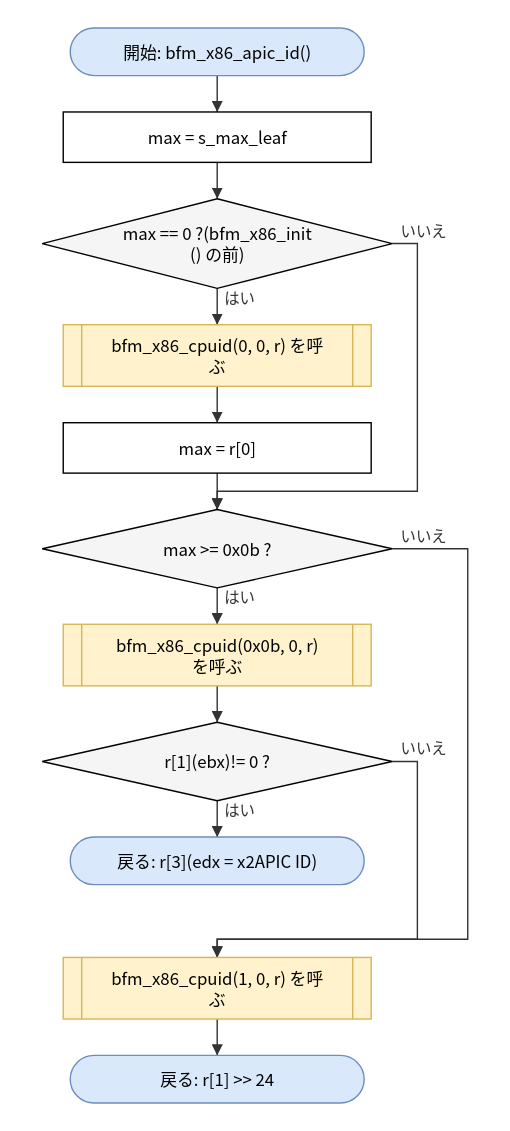
hf355051012-ai/bfmem keeps this draw.io diagram as doc/spec/images/flow_port_x86_bfm_x86-bfm_x86_apic_id.drawio.svg. Above is the earlier version. Source tidied: cells renumbered, new cells last; positions are measured from the earlier drawing's top-left corner, leaving out a move shared by most shapes. The source it was exported from:
```xml
<mxGraphModel>
  <root>
    <mxCell id="0" />
    <mxCell id="1" parent="0" />
    <mxCell id="2" value="開始: bfm_x86_apic_id()" style="rounded=1;arcSize=50;whiteSpace=wrap;html=1;fillColor=#dae8fc;strokeColor=#6c8ebf;" parent="1" vertex="1">
      <mxGeometry x="20" width="210" height="34" as="geometry" />
    </mxCell>
    <mxCell id="3" value="max = s_max_leaf" style="rounded=0;whiteSpace=wrap;html=1;" parent="1" vertex="1">
      <mxGeometry x="15" y="60" width="220" height="36" as="geometry" />
    </mxCell>
    <mxCell id="4" value="max == 0 ?(bfm_x86_init&lt;br&gt;() の前)" style="rhombus;whiteSpace=wrap;html=1;fillColor=#f5f5f5;" parent="1" vertex="1">
      <mxGeometry y="122" width="250" height="64" as="geometry" />
    </mxCell>
    <mxCell id="5" value="bfm_x86_cpuid(0, 0, r) を呼&lt;br&gt;ぶ" style="shape=process;whiteSpace=wrap;html=1;backgroundOutline=1;size=0.06;fillColor=#fff2cc;strokeColor=#d6b656;" parent="1" vertex="1">
      <mxGeometry x="15" y="212" width="220" height="44" as="geometry" />
    </mxCell>
    <mxCell id="6" value="max = r[0]" style="rounded=0;whiteSpace=wrap;html=1;" parent="1" vertex="1">
      <mxGeometry x="15" y="282" width="220" height="36" as="geometry" />
    </mxCell>
    <mxCell id="7" value="max &amp;gt;= 0x0b ?" style="rhombus;whiteSpace=wrap;html=1;fillColor=#f5f5f5;" parent="1" vertex="1">
      <mxGeometry y="344" width="250" height="56" as="geometry" />
    </mxCell>
    <mxCell id="8" value="bfm_x86_cpuid(0x0b, 0, r)&lt;br&gt;を呼ぶ" style="shape=process;whiteSpace=wrap;html=1;backgroundOutline=1;size=0.06;fillColor=#fff2cc;strokeColor=#d6b656;" parent="1" vertex="1">
      <mxGeometry x="15" y="426" width="220" height="44" as="geometry" />
    </mxCell>
    <mxCell id="9" value="r[1](ebx)!= 0 ?" style="rhombus;whiteSpace=wrap;html=1;fillColor=#f5f5f5;" parent="1" vertex="1">
      <mxGeometry y="496" width="250" height="56" as="geometry" />
    </mxCell>
    <mxCell id="10" value="戻る: r[3](edx = x2APIC ID)" style="rounded=1;arcSize=50;whiteSpace=wrap;html=1;fillColor=#dae8fc;strokeColor=#6c8ebf;" parent="1" vertex="1">
      <mxGeometry x="20" y="578" width="210" height="34" as="geometry" />
    </mxCell>
    <mxCell id="11" value="bfm_x86_cpuid(1, 0, r) を呼&lt;br&gt;ぶ" style="shape=process;whiteSpace=wrap;html=1;backgroundOutline=1;size=0.06;fillColor=#fff2cc;strokeColor=#d6b656;" parent="1" vertex="1">
      <mxGeometry x="15" y="664" width="220" height="44" as="geometry" />
    </mxCell>
    <mxCell id="12" value="戻る: r[1] &amp;gt;&amp;gt; 24" style="rounded=1;arcSize=50;whiteSpace=wrap;html=1;fillColor=#dae8fc;strokeColor=#6c8ebf;" parent="1" vertex="1">
      <mxGeometry x="20" y="734" width="210" height="34" as="geometry" />
    </mxCell>
    <mxCell id="13" style="edgeStyle=none;html=1;rounded=0;endArrow=block;endFill=1;exitX=0.5000;exitY=1.0000;exitDx=0;exitDy=0;exitPerimeter=0;entryX=0.5000;entryY=0.0000;entryDx=0;entryDy=0;entryPerimeter=0;" parent="1" edge="1" source="2" target="3">
      <mxGeometry relative="1" as="geometry" />
    </mxCell>
    <mxCell id="14" style="edgeStyle=none;html=1;rounded=0;endArrow=block;endFill=1;exitX=0.5000;exitY=1.0000;exitDx=0;exitDy=0;exitPerimeter=0;entryX=0.5000;entryY=0.0000;entryDx=0;entryDy=0;entryPerimeter=0;" parent="1" edge="1" source="3" target="4">
      <mxGeometry relative="1" as="geometry" />
    </mxCell>
    <mxCell id="15" value="はい" style="edgeStyle=none;html=1;rounded=0;endArrow=block;endFill=1;exitX=0.5000;exitY=1.0000;exitDx=0;exitDy=0;exitPerimeter=0;entryX=0.5000;entryY=0.0000;entryDx=0;entryDy=0;entryPerimeter=0;" parent="1" edge="1" source="4" target="5">
      <mxGeometry relative="1" as="geometry" />
    </mxCell>
    <mxCell id="16" style="edgeStyle=none;html=1;rounded=0;endArrow=block;endFill=1;exitX=0.5000;exitY=1.0000;exitDx=0;exitDy=0;exitPerimeter=0;entryX=0.5000;entryY=0.0000;entryDx=0;entryDy=0;entryPerimeter=0;" parent="1" edge="1" source="5" target="6">
      <mxGeometry relative="1" as="geometry" />
    </mxCell>
    <mxCell id="17" style="edgeStyle=none;html=1;rounded=0;endArrow=block;endFill=1;exitX=0.5000;exitY=1.0000;exitDx=0;exitDy=0;exitPerimeter=0;entryX=0.5000;entryY=0.0000;entryDx=0;entryDy=0;entryPerimeter=0;" parent="1" edge="1" source="6" target="7">
      <mxGeometry relative="1" as="geometry" />
    </mxCell>
    <mxCell id="18" value="いいえ" style="edgeStyle=none;html=1;rounded=0;endArrow=block;endFill=1;exitX=1.0000;exitY=0.5000;exitDx=0;exitDy=0;exitPerimeter=0;entryX=0.5000;entryY=0.0000;entryDx=0;entryDy=0;entryPerimeter=0;" parent="1" edge="1" source="4" target="7">
      <mxGeometry relative="1" as="geometry">
        <Array as="points">
          <mxPoint x="268" y="154" />
          <mxPoint x="268" y="331" />
          <mxPoint x="125" y="331" />
        </Array>
      </mxGeometry>
    </mxCell>
    <mxCell id="19" value="はい" style="edgeStyle=none;html=1;rounded=0;endArrow=block;endFill=1;exitX=0.5000;exitY=1.0000;exitDx=0;exitDy=0;exitPerimeter=0;entryX=0.5000;entryY=0.0000;entryDx=0;entryDy=0;entryPerimeter=0;" parent="1" edge="1" source="7" target="8">
      <mxGeometry relative="1" as="geometry" />
    </mxCell>
    <mxCell id="20" style="edgeStyle=none;html=1;rounded=0;endArrow=block;endFill=1;exitX=0.5000;exitY=1.0000;exitDx=0;exitDy=0;exitPerimeter=0;entryX=0.5000;entryY=0.0000;entryDx=0;entryDy=0;entryPerimeter=0;" parent="1" edge="1" source="8" target="9">
      <mxGeometry relative="1" as="geometry" />
    </mxCell>
    <mxCell id="21" value="はい" style="edgeStyle=none;html=1;rounded=0;endArrow=block;endFill=1;exitX=0.5000;exitY=1.0000;exitDx=0;exitDy=0;exitPerimeter=0;entryX=0.5000;entryY=0.0000;entryDx=0;entryDy=0;entryPerimeter=0;" parent="1" edge="1" source="9" target="10">
      <mxGeometry relative="1" as="geometry" />
    </mxCell>
    <mxCell id="22" value="いいえ" style="edgeStyle=none;html=1;rounded=0;endArrow=block;endFill=1;exitX=1.0000;exitY=0.5000;exitDx=0;exitDy=0;exitPerimeter=0;entryX=0.5000;entryY=0.0000;entryDx=0;entryDy=0;entryPerimeter=0;" parent="1" edge="1" source="9" target="11">
      <mxGeometry relative="1" as="geometry">
        <Array as="points">
          <mxPoint x="268" y="524" />
          <mxPoint x="268" y="651" />
          <mxPoint x="125" y="651" />
        </Array>
      </mxGeometry>
    </mxCell>
    <mxCell id="23" value="いいえ" style="edgeStyle=none;html=1;rounded=0;endArrow=block;endFill=1;exitX=1.0000;exitY=0.5000;exitDx=0;exitDy=0;exitPerimeter=0;entryX=0.5000;entryY=0.0000;entryDx=0;entryDy=0;entryPerimeter=0;" parent="1" edge="1" source="7" target="11">
      <mxGeometry relative="1" as="geometry">
        <Array as="points">
          <mxPoint x="304" y="372" />
          <mxPoint x="304" y="651" />
          <mxPoint x="125" y="651" />
        </Array>
      </mxGeometry>
    </mxCell>
    <mxCell id="24" style="edgeStyle=none;html=1;rounded=0;endArrow=block;endFill=1;exitX=0.5000;exitY=1.0000;exitDx=0;exitDy=0;exitPerimeter=0;entryX=0.5000;entryY=0.0000;entryDx=0;entryDy=0;entryPerimeter=0;" parent="1" edge="1" source="11" target="12">
      <mxGeometry relative="1" as="geometry" />
    </mxCell>
  </root>
</mxGraphModel>
```
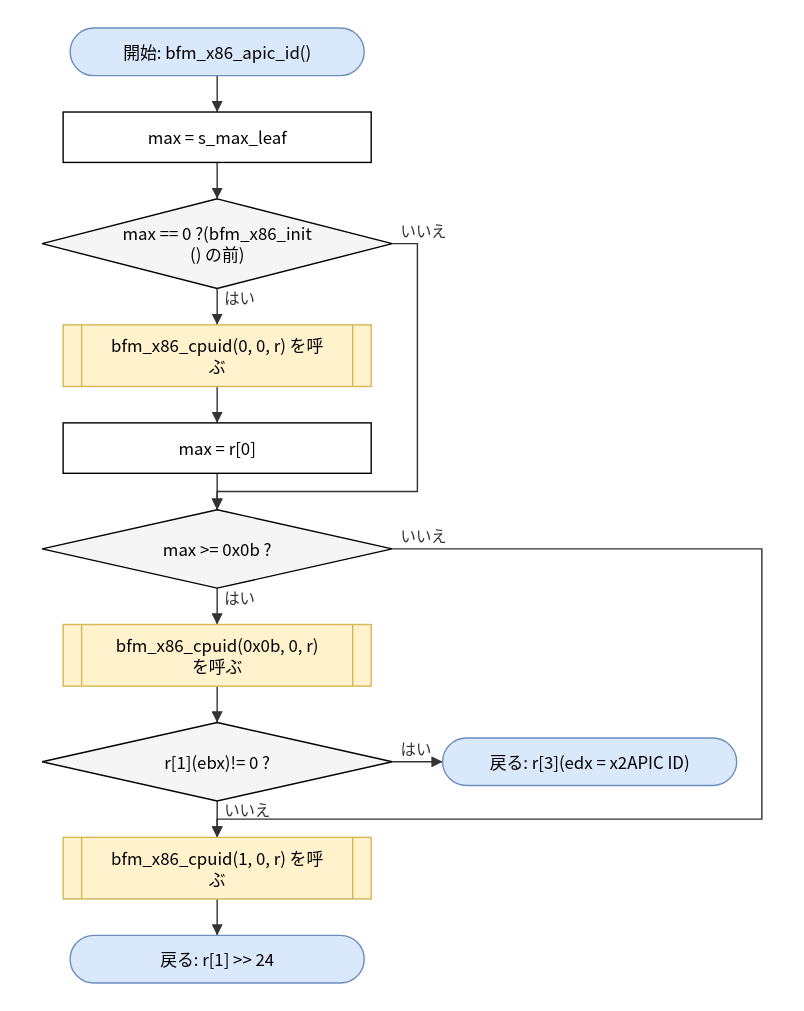
The same diagram one commit later.

The edit, as a diff of the source:
```diff
@@ -27,13 +27,13 @@
       <mxGeometry y="496" width="250" height="56" as="geometry" />
     </mxCell>
     <mxCell id="10" value="戻る: r[3](edx = x2APIC ID)" style="rounded=1;arcSize=50;whiteSpace=wrap;html=1;fillColor=#dae8fc;strokeColor=#6c8ebf;" parent="1" vertex="1">
-      <mxGeometry x="20" y="578" width="210" height="34" as="geometry" />
+      <mxGeometry x="286" y="507" width="210" height="34" as="geometry" />
     </mxCell>
     <mxCell id="11" value="bfm_x86_cpuid(1, 0, r) を呼&lt;br&gt;ぶ" style="shape=process;whiteSpace=wrap;html=1;backgroundOutline=1;size=0.06;fillColor=#fff2cc;strokeColor=#d6b656;" parent="1" vertex="1">
-      <mxGeometry x="15" y="664" width="220" height="44" as="geometry" />
+      <mxGeometry x="15" y="578" width="220" height="44" as="geometry" />
     </mxCell>
     <mxCell id="12" value="戻る: r[1] &amp;gt;&amp;gt; 24" style="rounded=1;arcSize=50;whiteSpace=wrap;html=1;fillColor=#dae8fc;strokeColor=#6c8ebf;" parent="1" vertex="1">
-      <mxGeometry x="20" y="734" width="210" height="34" as="geometry" />
+      <mxGeometry x="20" y="648" width="210" height="34" as="geometry" />
     </mxCell>
     <mxCell id="13" style="edgeStyle=none;html=1;rounded=0;endArrow=block;endFill=1;exitX=0.5000;exitY=1.0000;exitDx=0;exitDy=0;exitPerimeter=0;entryX=0.5000;entryY=0.0000;entryDx=0;entryDy=0;entryPerimeter=0;" parent="1" edge="1" source="2" target="3">
       <mxGeometry relative="1" as="geometry" />
@@ -65,24 +65,18 @@
     <mxCell id="20" style="edgeStyle=none;html=1;rounded=0;endArrow=block;endFill=1;exitX=0.5000;exitY=1.0000;exitDx=0;exitDy=0;exitPerimeter=0;entryX=0.5000;entryY=0.0000;entryDx=0;entryDy=0;entryPerimeter=0;" parent="1" edge="1" source="8" target="9">
       <mxGeometry relative="1" as="geometry" />
     </mxCell>
-    <mxCell id="21" value="はい" style="edgeStyle=none;html=1;rounded=0;endArrow=block;endFill=1;exitX=0.5000;exitY=1.0000;exitDx=0;exitDy=0;exitPerimeter=0;entryX=0.5000;entryY=0.0000;entryDx=0;entryDy=0;entryPerimeter=0;" parent="1" edge="1" source="9" target="10">
+    <mxCell id="21" value="はい" style="edgeStyle=none;html=1;rounded=0;endArrow=block;endFill=1;exitX=1.0000;exitY=0.5000;exitDx=0;exitDy=0;exitPerimeter=0;entryX=0.0000;entryY=0.5000;entryDx=0;entryDy=0;entryPerimeter=0;" parent="1" edge="1" source="9" target="10">
       <mxGeometry relative="1" as="geometry" />
     </mxCell>
-    <mxCell id="22" value="いいえ" style="edgeStyle=none;html=1;rounded=0;endArrow=block;endFill=1;exitX=1.0000;exitY=0.5000;exitDx=0;exitDy=0;exitPerimeter=0;entryX=0.5000;entryY=0.0000;entryDx=0;entryDy=0;entryPerimeter=0;" parent="1" edge="1" source="9" target="11">
-      <mxGeometry relative="1" as="geometry">
-        <Array as="points">
-          <mxPoint x="268" y="524" />
-          <mxPoint x="268" y="651" />
-          <mxPoint x="125" y="651" />
-        </Array>
-      </mxGeometry>
+    <mxCell id="22" value="いいえ" style="edgeStyle=none;html=1;rounded=0;endArrow=block;endFill=1;exitX=0.5000;exitY=1.0000;exitDx=0;exitDy=0;exitPerimeter=0;entryX=0.5000;entryY=0.0000;entryDx=0;entryDy=0;entryPerimeter=0;" parent="1" edge="1" source="9" target="11">
+      <mxGeometry relative="1" as="geometry" />
     </mxCell>
     <mxCell id="23" value="いいえ" style="edgeStyle=none;html=1;rounded=0;endArrow=block;endFill=1;exitX=1.0000;exitY=0.5000;exitDx=0;exitDy=0;exitPerimeter=0;entryX=0.5000;entryY=0.0000;entryDx=0;entryDy=0;entryPerimeter=0;" parent="1" edge="1" source="7" target="11">
       <mxGeometry relative="1" as="geometry">
         <Array as="points">
-          <mxPoint x="304" y="372" />
-          <mxPoint x="304" y="651" />
-          <mxPoint x="125" y="651" />
+          <mxPoint x="514" y="372" />
+          <mxPoint x="514" y="565" />
+          <mxPoint x="125" y="565" />
         </Array>
       </mxGeometry>
     </mxCell>
```
